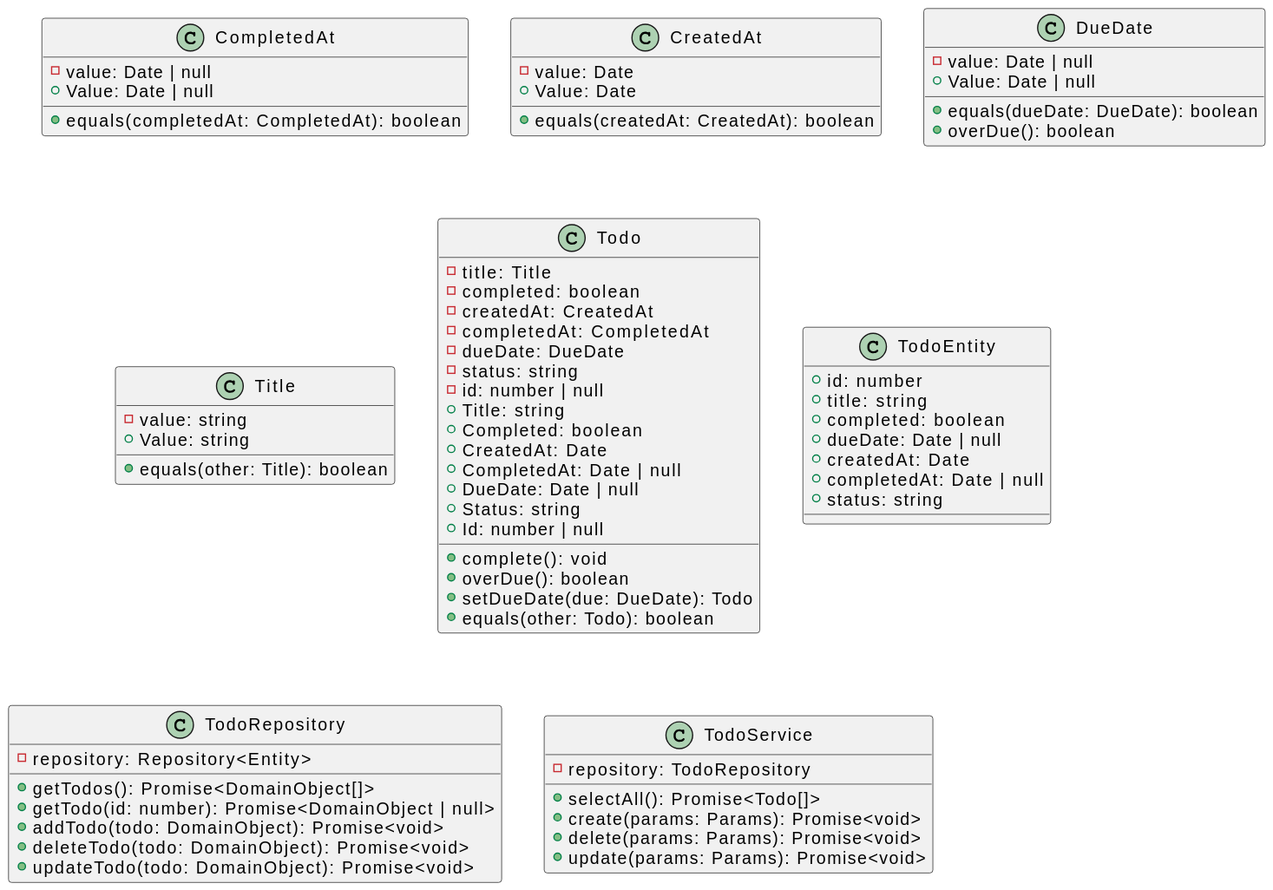
This is docs/images/uml.svg from k2works/application_programing_excercise_2022, a PlantUML export, as it was before one commit.
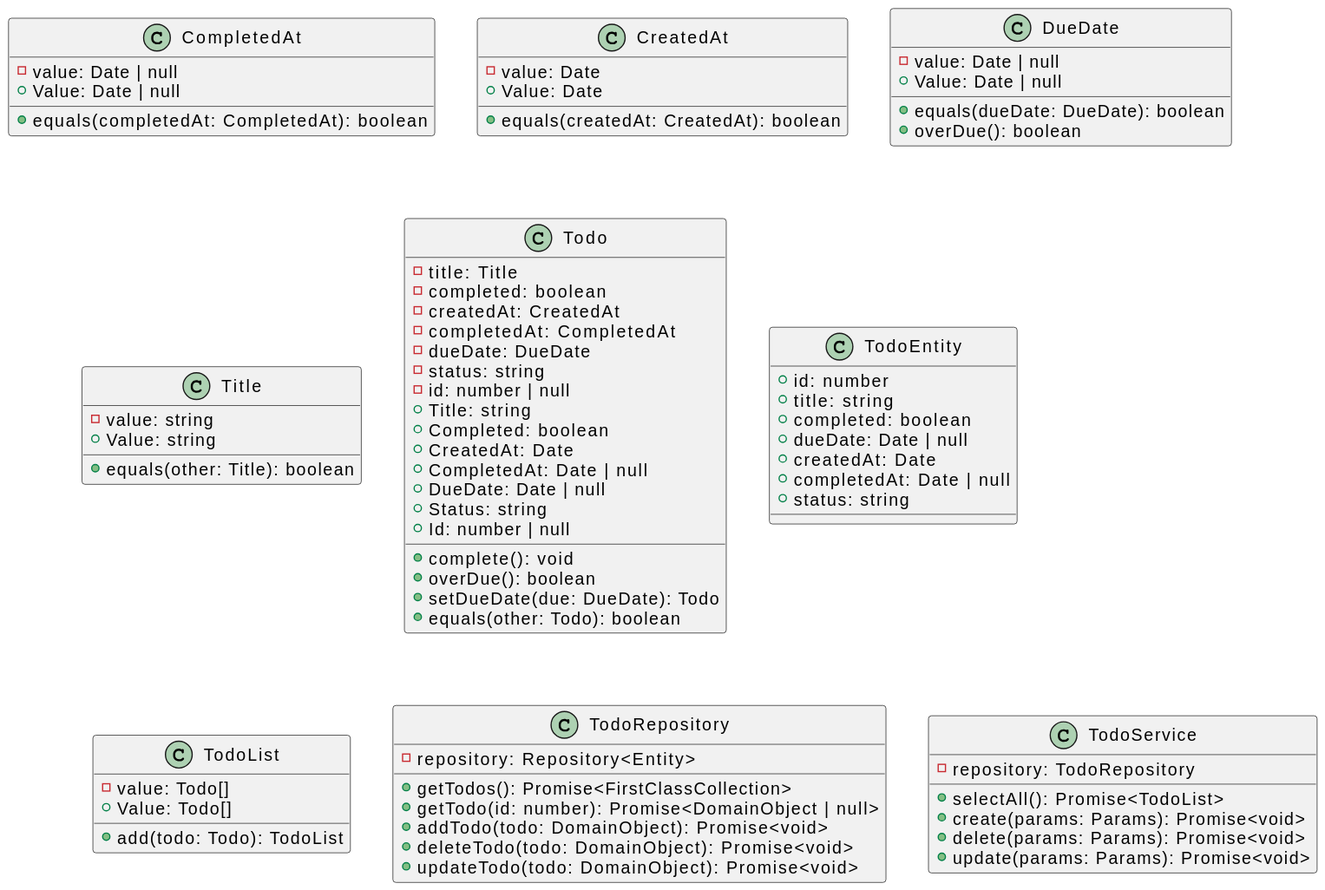
After the commit.

Commit message:
docs: モデル更新

What changed in the source:
```diff
@@ -49,9 +49,14 @@
     +completedAt: Date | null
     +status: string
 }
+class TodoList {
+    -value: Todo[]
+    +Value: Todo[]
+    +add(todo: Todo): TodoList
+}
 class TodoRepository {
     -repository: Repository<Entity>
-    +getTodos(): Promise<DomainObject[]>
+    +getTodos(): Promise<FirstClassCollection>
     +getTodo(id: number): Promise<DomainObject | null>
     +addTodo(todo: DomainObject): Promise<void>
     +deleteTodo(todo: DomainObject): Promise<void>
@@ -59,7 +64,7 @@
 }
 class TodoService {
     -repository: TodoRepository
-    +selectAll(): Promise<Todo[]>
+    +selectAll(): Promise<TodoList>
     +create(params: Params): Promise<void>
     +delete(params: Params): Promise<void>
     +update(params: Params): Promise<void>
```
